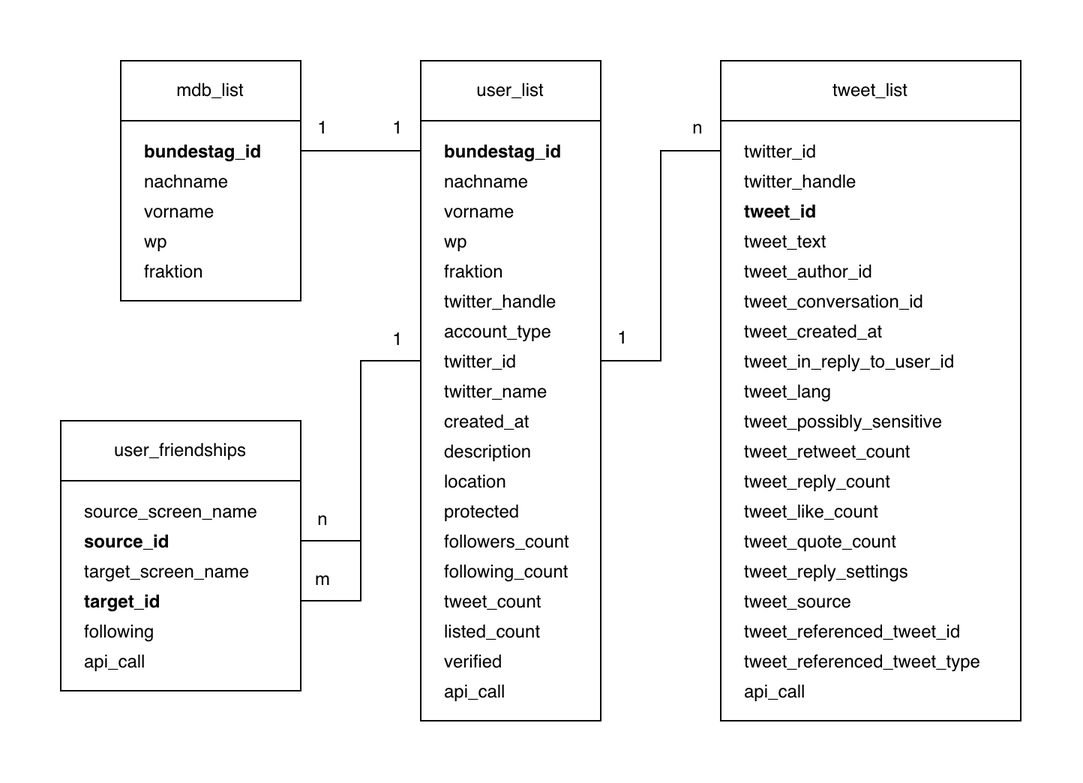
This is docs/entityrelationshipdiagram.png from lucashoeft/Content-Sharing, a draw.io export, as it was before one commit. Source tidied: cells renumbered, new cells last; positions are measured from the earlier drawing's top-left corner, leaving out a move shared by most shapes.
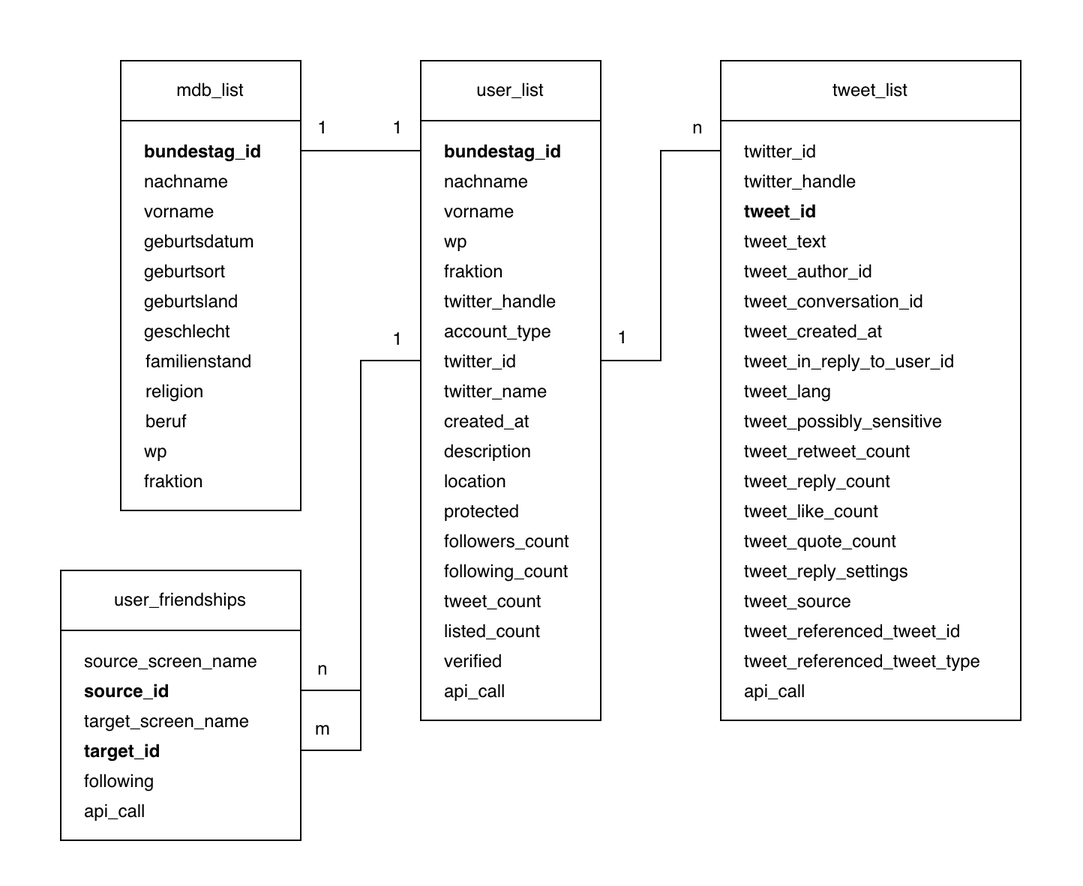
Later version of the same file.

Commit message:
Update entity relationship diagram on README page

Add new attributes in mdb_list

Diff of the diagram source:
```diff
@@ -3,12 +3,12 @@
     <mxCell id="0" />
     <mxCell id="1" parent="0" />
     <mxCell id="2" style="rounded=0;whiteSpace=wrap;html=1;fontColor=#000000;strokeColor=none;" parent="1" vertex="1">
-      <mxGeometry width="720" height="520" as="geometry" />
+      <mxGeometry width="720" height="590" as="geometry" />
     </mxCell>
     <mxCell id="3" style="endArrow=none;html=1;rounded=0;fontColor=#000000;exitX=1;exitY=0.5;exitDx=0;exitDy=0;entryX=0;entryY=0.5;entryDx=0;entryDy=0;" parent="1" edge="1" source="65" target="16">
       <mxGeometry relative="1" as="geometry">
         <Array as="points">
-          <mxPoint x="240" y="400" />
+          <mxPoint x="240" y="500" />
           <mxPoint x="240" y="240" />
         </Array>
       </mxGeometry>
@@ -16,7 +16,7 @@
     <mxCell id="4" style="endArrow=none;html=1;rounded=0;fontColor=#000000;entryX=0;entryY=0.5;entryDx=0;entryDy=0;exitX=1;exitY=0.5;exitDx=0;exitDy=0;" parent="1" edge="1" source="63" target="16">
       <mxGeometry relative="1" as="geometry">
         <Array as="points">
-          <mxPoint x="240" y="360" />
+          <mxPoint x="240" y="460" />
           <mxPoint x="240" y="240" />
         </Array>
       </mxGeometry>
@@ -99,7 +99,7 @@
       <mxGeometry x="80" y="40" width="120" height="40" as="geometry" />
     </mxCell>
     <mxCell id="29" style="rounded=0;whiteSpace=wrap;html=1;" parent="1" vertex="1">
-      <mxGeometry x="80" y="80" width="120" height="120" as="geometry" />
+      <mxGeometry x="80" y="80" width="120" height="260" as="geometry" />
     </mxCell>
     <mxCell id="30" value="bundestag_id" style="text;strokeColor=none;fillColor=none;align=left;verticalAlign=middle;spacingLeft=4;spacingRight=4;overflow=hidden;points=[[0,0.5],[1,0.5]];portConstraint=eastwest;fontStyle=1;" parent="1" vertex="1">
       <mxGeometry x="90" y="80" width="110" height="40" as="geometry" />
@@ -111,10 +111,10 @@
       <mxGeometry x="90" y="120" width="110" height="40" as="geometry" />
     </mxCell>
     <mxCell id="33" value="wp" style="text;strokeColor=none;fillColor=none;align=left;verticalAlign=middle;spacingLeft=4;spacingRight=4;overflow=hidden;fontStyle=0;" parent="1" vertex="1">
-      <mxGeometry x="90" y="140" width="110" height="40" as="geometry" />
+      <mxGeometry x="90" y="280" width="110" height="40" as="geometry" />
     </mxCell>
     <mxCell id="34" value="fraktion" style="text;strokeColor=none;fillColor=none;align=left;verticalAlign=middle;spacingLeft=4;spacingRight=4;overflow=hidden;fontStyle=0;" parent="1" vertex="1">
-      <mxGeometry x="90" y="160" width="110" height="40" as="geometry" />
+      <mxGeometry x="90" y="300" width="110" height="40" as="geometry" />
     </mxCell>
     <mxCell id="35" value="tweet_list" style="rounded=0;whiteSpace=wrap;html=1;" parent="1" vertex="1">
       <mxGeometry x="480" y="40" width="200" height="40" as="geometry" />
@@ -192,37 +192,58 @@
       <mxGeometry x="450" y="70" width="30" height="30" as="geometry" />
     </mxCell>
     <mxCell id="60" value="user_friendships" style="rounded=0;whiteSpace=wrap;html=1;" parent="1" vertex="1">
-      <mxGeometry x="40" y="280" width="160" height="40" as="geometry" />
+      <mxGeometry x="40" y="380" width="160" height="40" as="geometry" />
     </mxCell>
     <mxCell id="61" style="rounded=0;whiteSpace=wrap;html=1;" parent="1" vertex="1">
-      <mxGeometry x="40" y="320" width="160" height="140" as="geometry" />
+      <mxGeometry x="40" y="420" width="160" height="140" as="geometry" />
     </mxCell>
     <mxCell id="62" value="source_screen_name" style="text;strokeColor=none;fillColor=none;align=left;verticalAlign=middle;spacingLeft=4;spacingRight=4;overflow=hidden;fontStyle=0;" parent="1" vertex="1">
-      <mxGeometry x="50" y="320" width="140" height="40" as="geometry" />
+      <mxGeometry x="50" y="420" width="140" height="40" as="geometry" />
     </mxCell>
     <mxCell id="63" value="source_id" style="text;strokeColor=none;fillColor=none;align=left;verticalAlign=middle;spacingLeft=4;spacingRight=4;overflow=hidden;points=[[0,0.5],[1,0.5]];portConstraint=eastwest;fontStyle=1;" parent="1" vertex="1">
-      <mxGeometry x="50" y="340" width="150" height="40" as="geometry" />
+      <mxGeometry x="50" y="440" width="150" height="40" as="geometry" />
     </mxCell>
     <mxCell id="64" value="target_screen_name" style="text;strokeColor=none;fillColor=none;align=left;verticalAlign=middle;spacingLeft=4;spacingRight=4;overflow=hidden;fontStyle=0;" parent="1" vertex="1">
-      <mxGeometry x="50" y="360" width="140" height="40" as="geometry" />
+      <mxGeometry x="50" y="460" width="140" height="40" as="geometry" />
     </mxCell>
     <mxCell id="65" value="target_id" style="text;strokeColor=none;fillColor=none;align=left;verticalAlign=middle;spacingLeft=4;spacingRight=4;overflow=hidden;points=[[0,0.5],[1,0.5]];portConstraint=eastwest;fontStyle=1;" parent="1" vertex="1">
-      <mxGeometry x="50" y="380" width="150" height="40" as="geometry" />
+      <mxGeometry x="50" y="480" width="150" height="40" as="geometry" />
     </mxCell>
     <mxCell id="66" value="following" style="text;strokeColor=none;fillColor=none;align=left;verticalAlign=middle;spacingLeft=4;spacingRight=4;overflow=hidden;fontStyle=0;" parent="1" vertex="1">
-      <mxGeometry x="50" y="400" width="110" height="40" as="geometry" />
+      <mxGeometry x="50" y="500" width="110" height="40" as="geometry" />
     </mxCell>
     <mxCell id="67" value="api_call" style="text;strokeColor=none;fillColor=none;align=left;verticalAlign=middle;spacingLeft=4;spacingRight=4;overflow=hidden;fontStyle=0;" parent="1" vertex="1">
-      <mxGeometry x="50" y="420" width="110" height="40" as="geometry" />
+      <mxGeometry x="50" y="520" width="110" height="40" as="geometry" />
     </mxCell>
     <mxCell id="68" value="1" style="text;strokeColor=none;fillColor=none;align=center;verticalAlign=middle;spacingLeft=4;spacingRight=4;overflow=hidden;fontColor=#000000;html=0;" parent="1" vertex="1">
       <mxGeometry x="250" y="210" width="30" height="30" as="geometry" />
     </mxCell>
     <mxCell id="69" value="n" style="text;strokeColor=none;fillColor=none;align=center;verticalAlign=middle;spacingLeft=4;spacingRight=4;overflow=hidden;fontColor=#000000;html=0;" parent="1" vertex="1">
-      <mxGeometry x="200" y="330" width="30" height="30" as="geometry" />
+      <mxGeometry x="200" y="430" width="30" height="30" as="geometry" />
     </mxCell>
     <mxCell id="70" value="m" style="text;strokeColor=none;fillColor=none;align=center;verticalAlign=middle;spacingLeft=4;spacingRight=4;overflow=hidden;fontColor=#000000;html=0;" parent="1" vertex="1">
-      <mxGeometry x="200" y="370" width="30" height="30" as="geometry" />
+      <mxGeometry x="200" y="470" width="30" height="30" as="geometry" />
     </mxCell>
+    <mxCell id="71" value="geburtsdatum" style="text;strokeColor=none;fillColor=none;align=left;verticalAlign=middle;spacingLeft=4;spacingRight=4;overflow=hidden;fontStyle=0;" parent="1" vertex="1">
+      <mxGeometry x="90" y="140" width="110" height="40" as="geometry" />
+    </mxCell>
+    <mxCell id="72" value="geburtsort" style="text;strokeColor=none;fillColor=none;align=left;verticalAlign=middle;spacingLeft=4;spacingRight=4;overflow=hidden;fontStyle=0;" parent="1" vertex="1">
+      <mxGeometry x="90" y="160" width="110" height="40" as="geometry" />
+    </mxCell>
+    <mxCell id="73" value="geburtsland" style="text;strokeColor=none;fillColor=none;align=left;verticalAlign=middle;spacingLeft=4;spacingRight=4;overflow=hidden;fontStyle=0;" parent="1" vertex="1">
+      <mxGeometry x="90" y="180" width="110" height="40" as="geometry" />
+    </mxCell>
+    <mxCell id="74" value="geschlecht" style="text;strokeColor=none;fillColor=none;align=left;verticalAlign=middle;spacingLeft=4;spacingRight=4;overflow=hidden;fontStyle=0;" parent="1" vertex="1">
+      <mxGeometry x="90" y="200" width="110" height="40" as="geometry" />
+    </mxCell>
+    <mxCell id="75" value="familienstand" style="text;strokeColor=none;fillColor=none;align=left;verticalAlign=middle;spacingLeft=4;spacingRight=4;overflow=hidden;fontStyle=0;spacing=3;" parent="1" vertex="1">
+      <mxGeometry x="90" y="220" width="110" height="40" as="geometry" />
+    </mxCell>
+    <mxCell id="76" value="religion" style="text;strokeColor=none;fillColor=none;align=left;verticalAlign=middle;spacingLeft=4;spacingRight=4;overflow=hidden;fontStyle=0;spacing=3;" parent="1" vertex="1">
+      <mxGeometry x="90" y="240" width="110" height="40" as="geometry" />
+    </mxCell>
+    <mxCell id="77" value="beruf" style="text;strokeColor=none;fillColor=none;align=left;verticalAlign=middle;spacingLeft=4;spacingRight=4;overflow=hidden;fontStyle=0;spacing=3;" parent="1" vertex="1">
+      <mxGeometry x="90" y="260" width="110" height="40" as="geometry" />
+    </mxCell>
   </root>
 </mxGraphModel>
```
